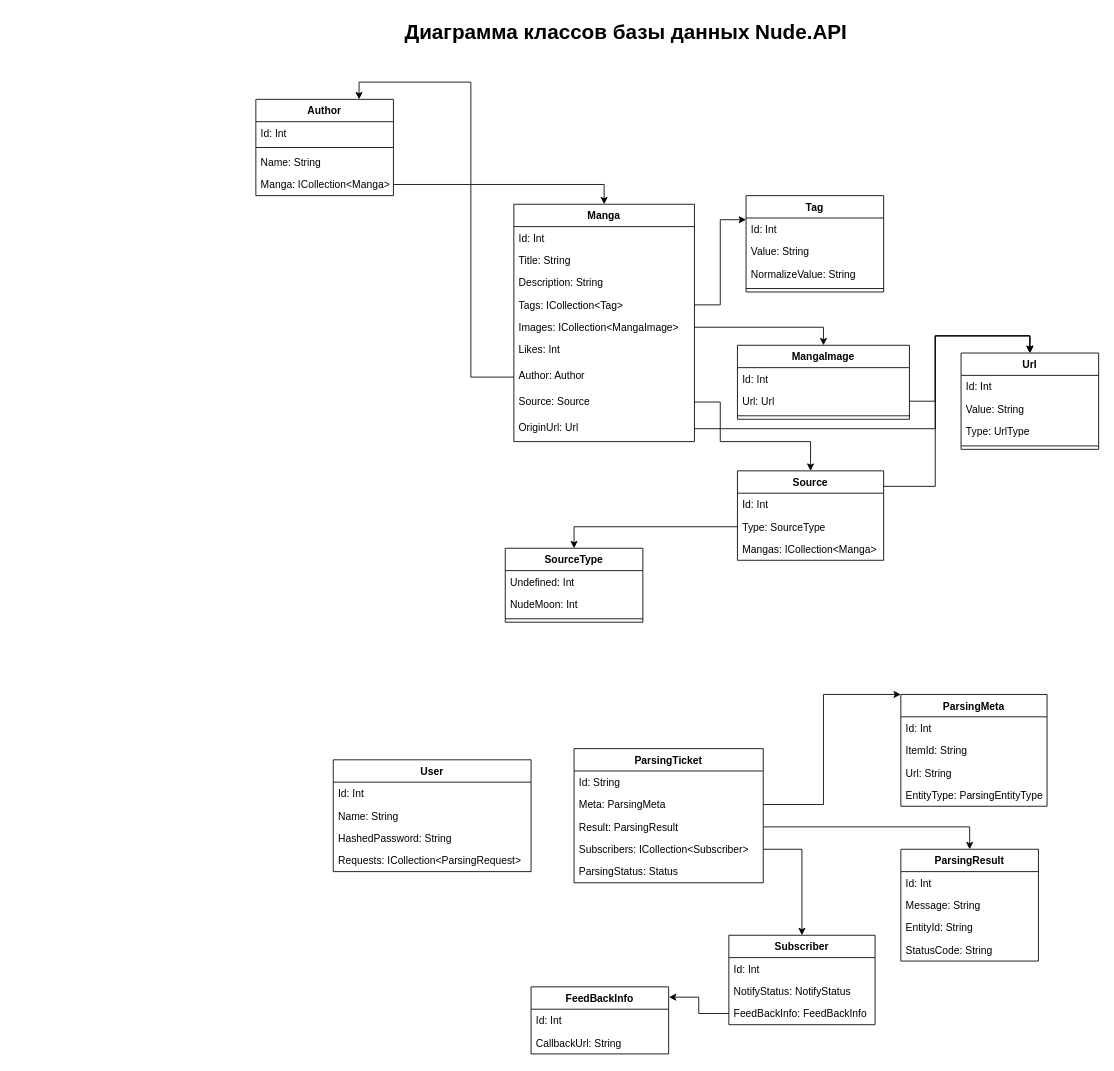
Above: etc/Nude.API.Database.drawio in Sparrow1488/Nude (draw.io), before the change. Source tidied: cells renumbered, new cells numbered last; positions are measured from the earlier drawing's top-left corner, leaving out a move shared by most shapes. Both pictures are drawn from the tidied source at 86%, with x=0, y=0 at pixel (255, 15).
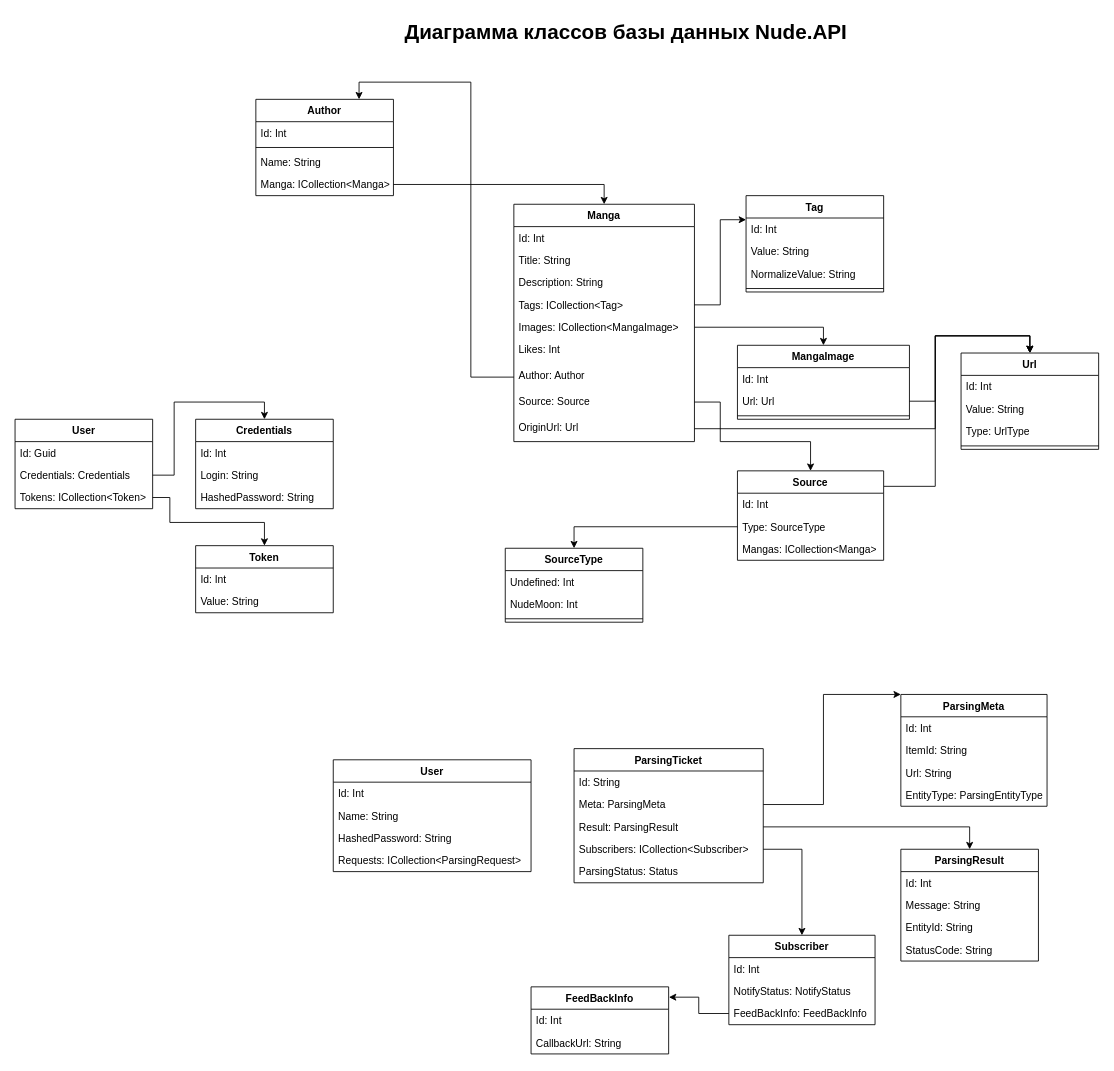
Above is the later version.

Commit message (it also covers changes not shown here):
feat: added user-secrets to Bot

What changed in the source:
```diff
@@
+    <mxCell id="81" value="User" style="swimlane;fontStyle=1;align=center;verticalAlign=top;horizontal=1;startSize=26;" parent="1" vertex="1">
+      <mxGeometry x="-280" y="470" width="160" height="104" as="geometry" />
+    </mxCell>
+    <mxCell id="82" value="Id: Guid" style="text;strokeColor=none;fillColor=none;align=left;verticalAlign=top;spacingLeft=4;spacingRight=4;overflow=hidden;" parent="81" vertex="1">
+      <mxGeometry y="26" width="160" height="26" as="geometry" />
+    </mxCell>
+    <mxCell id="83" value="Credentials: Credentials" style="text;strokeColor=none;fillColor=none;align=left;verticalAlign=top;spacingLeft=4;spacingRight=4;overflow=hidden;points=[[0,0.5],[1,0.5]];portConstraint=eastwest;" parent="81" vertex="1">
+      <mxGeometry y="52" width="160" height="26" as="geometry" />
+    </mxCell>
+    <mxCell id="84" value="Tokens: ICollection&lt;Token&gt;" style="text;strokeColor=none;fillColor=none;align=left;verticalAlign=top;spacingLeft=4;spacingRight=4;overflow=hidden;points=[[0,0.5],[1,0.5]];portConstraint=eastwest;" parent="81" vertex="1">
+      <mxGeometry y="78" width="160" height="26" as="geometry" />
+    </mxCell>
+    <mxCell id="85" value="Token" style="swimlane;fontStyle=1;align=center;verticalAlign=top;horizontal=1;startSize=26;" parent="1" vertex="1">
+      <mxGeometry x="-70" y="617" width="160" height="78" as="geometry" />
+    </mxCell>
+    <mxCell id="86" value="Id: Int" style="text;strokeColor=none;fillColor=none;align=left;verticalAlign=top;spacingLeft=4;spacingRight=4;overflow=hidden;" parent="85" vertex="1">
+      <mxGeometry y="26" width="160" height="26" as="geometry" />
+    </mxCell>
+    <mxCell id="87" value="Value: String" style="text;strokeColor=none;fillColor=none;align=left;verticalAlign=top;spacingLeft=4;spacingRight=4;overflow=hidden;" parent="85" vertex="1">
+      <mxGeometry y="52" width="160" height="26" as="geometry" />
+    </mxCell>
+    <mxCell id="88" value="Credentials" style="swimlane;fontStyle=1;align=center;verticalAlign=top;horizontal=1;startSize=26;" parent="1" vertex="1">
+      <mxGeometry x="-70" y="470" width="160" height="104" as="geometry" />
+    </mxCell>
+    <mxCell id="89" value="Id: Int" style="text;strokeColor=none;fillColor=none;align=left;verticalAlign=top;spacingLeft=4;spacingRight=4;overflow=hidden;" parent="88" vertex="1">
+      <mxGeometry y="26" width="160" height="26" as="geometry" />
+    </mxCell>
+    <mxCell id="90" value="Login: String" style="text;strokeColor=none;fillColor=none;align=left;verticalAlign=top;spacingLeft=4;spacingRight=4;overflow=hidden;" parent="88" vertex="1">
+      <mxGeometry y="52" width="160" height="26" as="geometry" />
+    </mxCell>
+    <mxCell id="91" value="HashedPassword: String" style="text;strokeColor=none;fillColor=none;align=left;verticalAlign=top;spacingLeft=4;spacingRight=4;overflow=hidden;" parent="88" vertex="1">
+      <mxGeometry y="78" width="160" height="26" as="geometry" />
+    </mxCell>
+    <mxCell id="92" style="edgeStyle=orthogonalEdgeStyle;rounded=0;jettySize=auto;html=1;entryX=0.5;entryY=0;entryDx=0;entryDy=0;" parent="1" edge="1" source="83" target="88">
+      <mxGeometry relative="1" as="geometry" />
+    </mxCell>
+    <mxCell id="93" style="edgeStyle=orthogonalEdgeStyle;rounded=0;jettySize=auto;html=1;entryX=0.5;entryY=0;entryDx=0;entryDy=0;" parent="1" edge="1" source="84" target="85">
+      <mxGeometry relative="1" as="geometry">
+        <Array as="points">
+          <mxPoint x="-100" y="561" />
+          <mxPoint x="-100" y="590" />
+          <mxPoint x="10" y="590" />
+        </Array>
+      </mxGeometry>
+    </mxCell>
```
